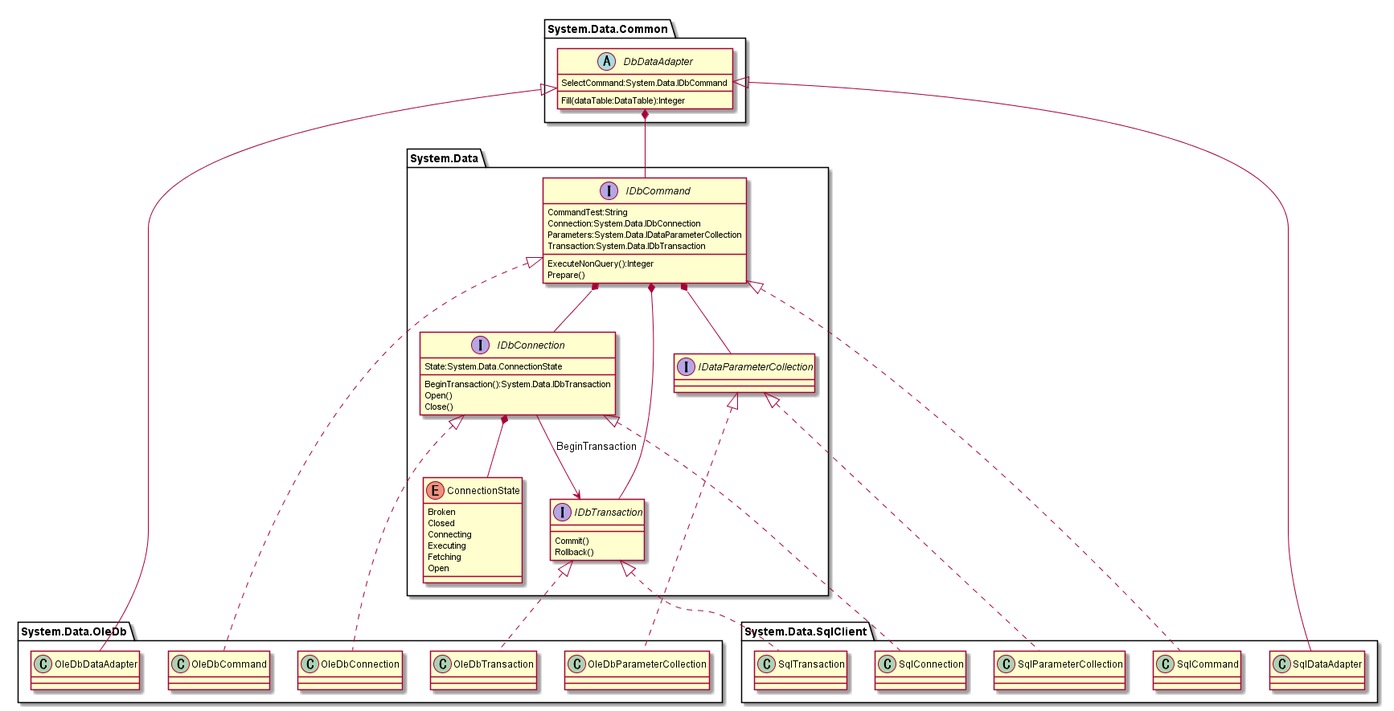
Above: doc/ClassDiagram/DB_DotNetFramework.png in hirorich/CommonTool (PlantUML), before the change. The source it was exported from:
```plantuml
@startuml DB_DotNetFramework.png

interface System.Data.IDbConnection {
  State:System.Data.ConnectionState

  BeginTransaction():System.Data.IDbTransaction
  Open()
  Close()
}
System.Data.IDbConnection <|.. System.Data.SqlClient.SqlConnection
System.Data.IDbConnection <|.. System.Data.OleDb.OleDbConnection

interface System.Data.IDbTransaction {
  Commit()
  Rollback()
}
System.Data.IDbTransaction <|.. System.Data.SqlClient.SqlTransaction
System.Data.IDbTransaction <|.. System.Data.OleDb.OleDbTransaction

abstract class System.Data.Common.DbDataAdapter {
  SelectCommand:System.Data.IDbCommand

  Fill(dataTable:DataTable):Integer
}
System.Data.Common.DbDataAdapter <|-- System.Data.SqlClient.SqlDataAdapter
System.Data.Common.DbDataAdapter <|-- System.Data.OleDb.OleDbDataAdapter

interface System.Data.IDbCommand {
  CommandTest:String
  Connection:System.Data.IDbConnection
  Parameters:System.Data.IDataParameterCollection
  Transaction:System.Data.IDbTransaction

  ExecuteNonQuery():Integer
  Prepare()
}
System.Data.IDbCommand <|.. System.Data.SqlClient.SqlCommand
System.Data.IDbCommand <|.. System.Data.OleDb.OleDbCommand

interface System.Data.IDataParameterCollection
System.Data.IDataParameterCollection <|.. System.Data.SqlClient.SqlParameterCollection
System.Data.IDataParameterCollection <|.. System.Data.OleDb.OleDbParameterCollection

enum System.Data.ConnectionState {
  Broken
  Closed
  Connecting
  Executing
  Fetching
  Open
}



System.Data.IDbConnection --> System.Data.IDbTransaction:BeginTransaction
System.Data.IDbConnection *-- System.Data.ConnectionState
System.Data.IDbCommand *-- System.Data.IDbConnection
System.Data.IDbCommand *-- System.Data.IDataParameterCollection
System.Data.IDbCommand *-- System.Data.IDbTransaction
System.Data.Common.DbDataAdapter *-- System.Data.IDbCommand

@enduml
```
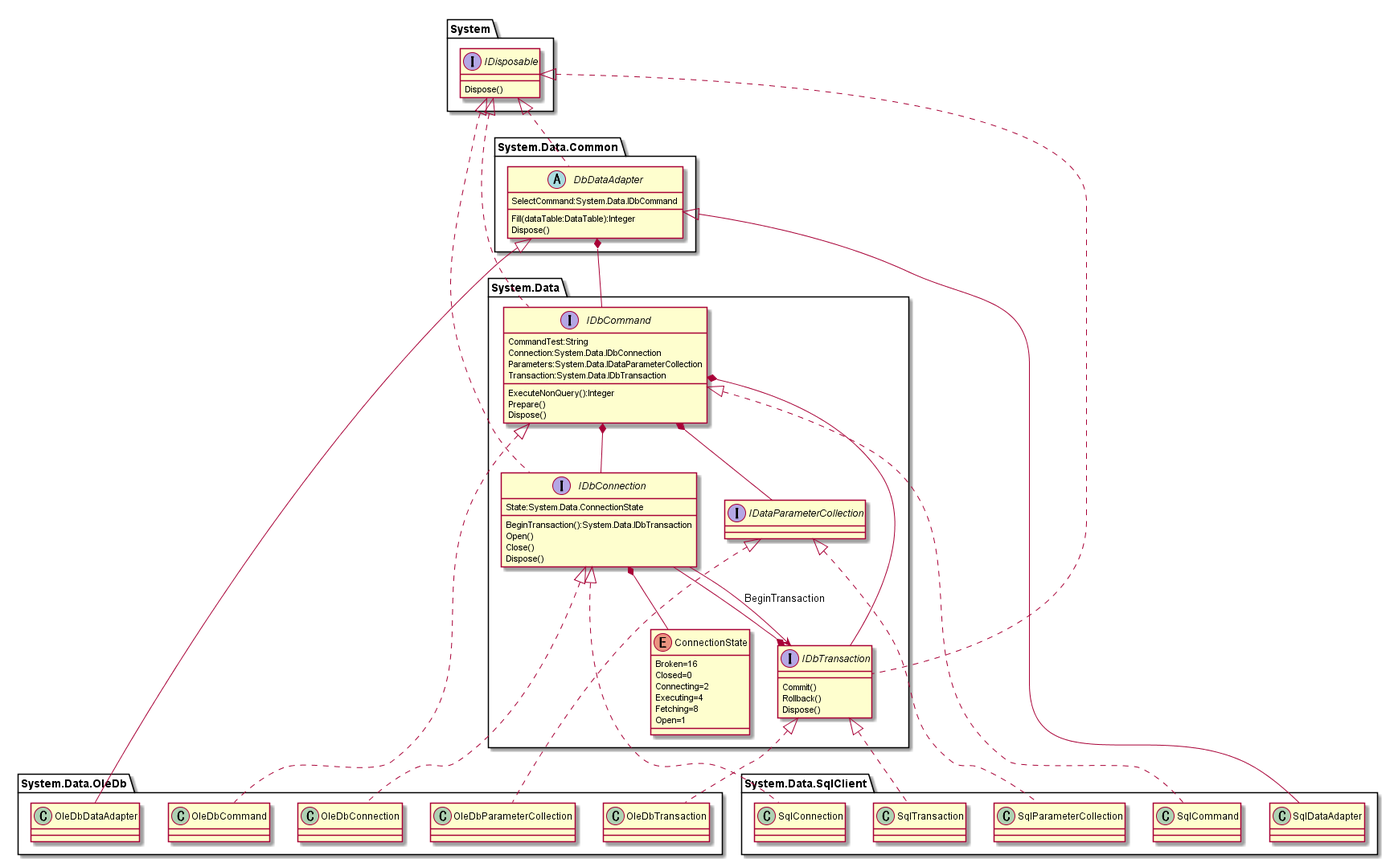
Later version of the same file.

What changed in the source:
```diff
@@ -1,4 +1,8 @@
 @startuml DB_DotNetFramework.png
+
+interface System.IDisposable {
+  Dispose()
+}
 
 interface System.Data.IDbConnection {
   State:System.Data.ConnectionState
@@ -6,14 +10,18 @@
   BeginTransaction():System.Data.IDbTransaction
   Open()
   Close()
+  Dispose()
 }
+System.IDisposable <|.. System.Data.IDbConnection
 System.Data.IDbConnection <|.. System.Data.SqlClient.SqlConnection
 System.Data.IDbConnection <|.. System.Data.OleDb.OleDbConnection
 
 interface System.Data.IDbTransaction {
   Commit()
   Rollback()
+  Dispose()
 }
+System.IDisposable <|.. System.Data.IDbTransaction
 System.Data.IDbTransaction <|.. System.Data.SqlClient.SqlTransaction
 System.Data.IDbTransaction <|.. System.Data.OleDb.OleDbTransaction
 
@@ -21,7 +29,9 @@
   SelectCommand:System.Data.IDbCommand
 
   Fill(dataTable:DataTable):Integer
+  Dispose()
 }
+System.IDisposable <|.. System.Data.Common.DbDataAdapter
 System.Data.Common.DbDataAdapter <|-- System.Data.SqlClient.SqlDataAdapter
 System.Data.Common.DbDataAdapter <|-- System.Data.OleDb.OleDbDataAdapter
 
@@ -33,7 +43,9 @@
 
   ExecuteNonQuery():Integer
   Prepare()
+  Dispose()
 }
+System.IDisposable <|.. System.Data.IDbCommand
 System.Data.IDbCommand <|.. System.Data.SqlClient.SqlCommand
 System.Data.IDbCommand <|.. System.Data.OleDb.OleDbCommand
 
@@ -42,16 +54,16 @@
 System.Data.IDataParameterCollection <|.. System.Data.OleDb.OleDbParameterCollection
 
 enum System.Data.ConnectionState {
-  Broken
-  Closed
-  Connecting
-  Executing
-  Fetching
-  Open
+  Broken=16
+  Closed=0
+  Connecting=2
+  Executing=4
+  Fetching=8
+  Open=1
 }
 
 
-
+System.Data.IDbTransaction *-- System.Data.IDbConnection
 System.Data.IDbConnection --> System.Data.IDbTransaction:BeginTransaction
 System.Data.IDbConnection *-- System.Data.ConnectionState
 System.Data.IDbCommand *-- System.Data.IDbConnection
```
